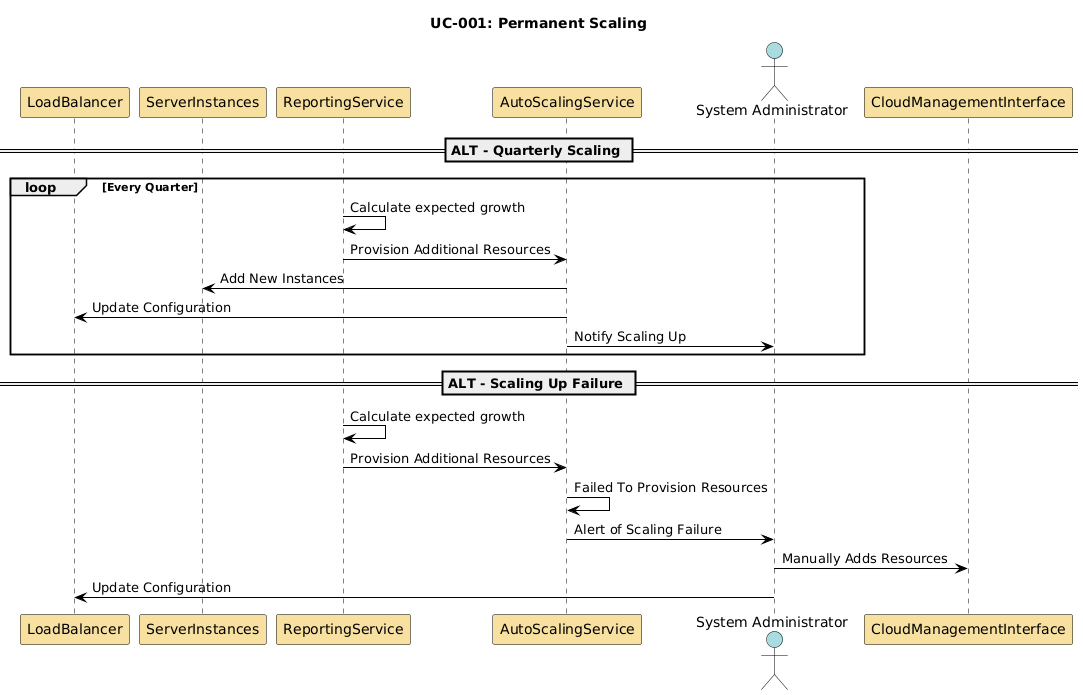
This is diagrams/uml-sequence/scaling/scaling-2.png from Nox-iv/group-11, a PlantUML export, as it was before one commit. Source of this version:
```plantuml
@startuml
skinparam sequence {
    ActorBorderColor Black
    ActorBackgroundColor #A9DCDF
    ParticipantBorderColor Black
    ParticipantBackgroundColor #F8E1A0
    LifeLineBorderColor Black
    LifeLineBackgroundColor White
    NoteBorderColor Black
    NoteBackgroundColor #FEFECE
    ArrowColor Black
    ArrowThickness 1
    ActivationBorderColor Black
    ActivationBackgroundColor #B3E2CD
}

title UC-001: Permanent Scaling

participant LoadBalancer #F8E1A0
participant ServerInstances #F8E1A0
participant ReportingService #F8E1A0
participant AutoScalingService #F8E1A0
actor SysAdmin as "System Administrator" #A9DCDF
participant CloudManagementInterface #F8E1A0

== ALT - Quarterly Scaling ==
loop Every Quarter
	ReportingService -> ReportingService: Calculate expected growth
	ReportingService -> AutoScalingService: Provision Additional Resources
	AutoScalingService -> ServerInstances: Add New Instances
	AutoScalingService -> LoadBalancer: Update Configuration
	AutoScalingService -> SysAdmin: Notify Scaling Up
end loop

== ALT - Scaling Up Failure ==
ReportingService -> ReportingService: Calculate expected growth
ReportingService -> AutoScalingService: Provision Additional Resources
AutoScalingService -> AutoScalingService: Failed To Provision Resources
AutoScalingService -> SysAdmin: Alert of Scaling Failure
SysAdmin -> CloudManagementInterface: Manually Adds Resources
SysAdmin -> LoadBalancer: Update Configuration
@enduml
```
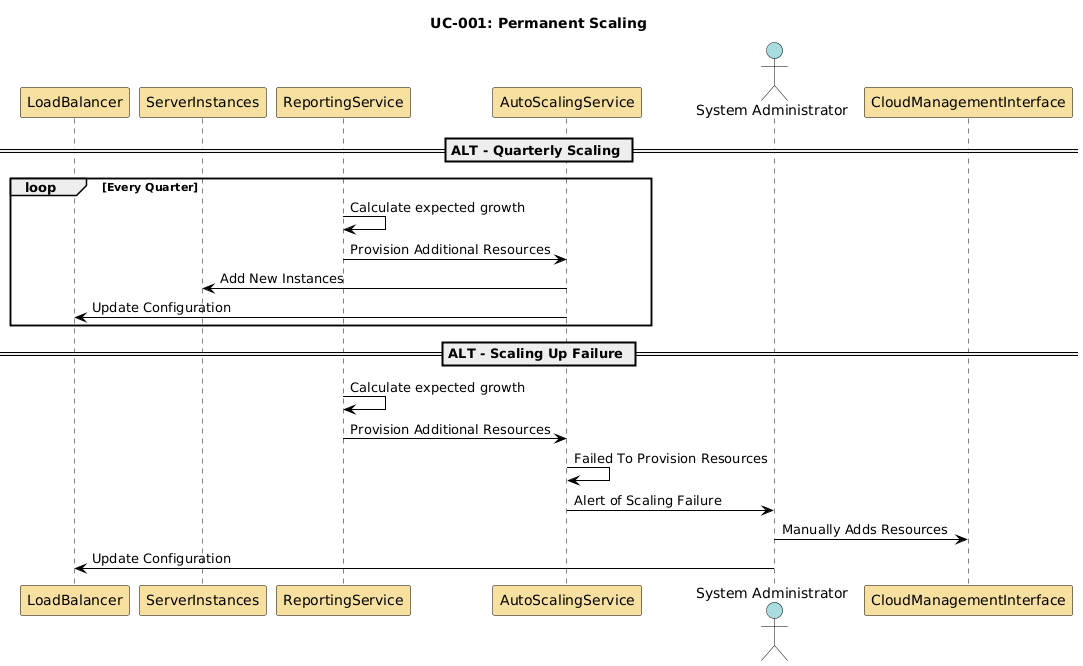
After the change.

Commit message:
scaling and profile management level 4

The edit, as a diff of the source:
```diff
@@ -29,7 +29,6 @@
 	ReportingService -> AutoScalingService: Provision Additional Resources
 	AutoScalingService -> ServerInstances: Add New Instances
 	AutoScalingService -> LoadBalancer: Update Configuration
-	AutoScalingService -> SysAdmin: Notify Scaling Up
 end loop
 
 == ALT - Scaling Up Failure ==
```
